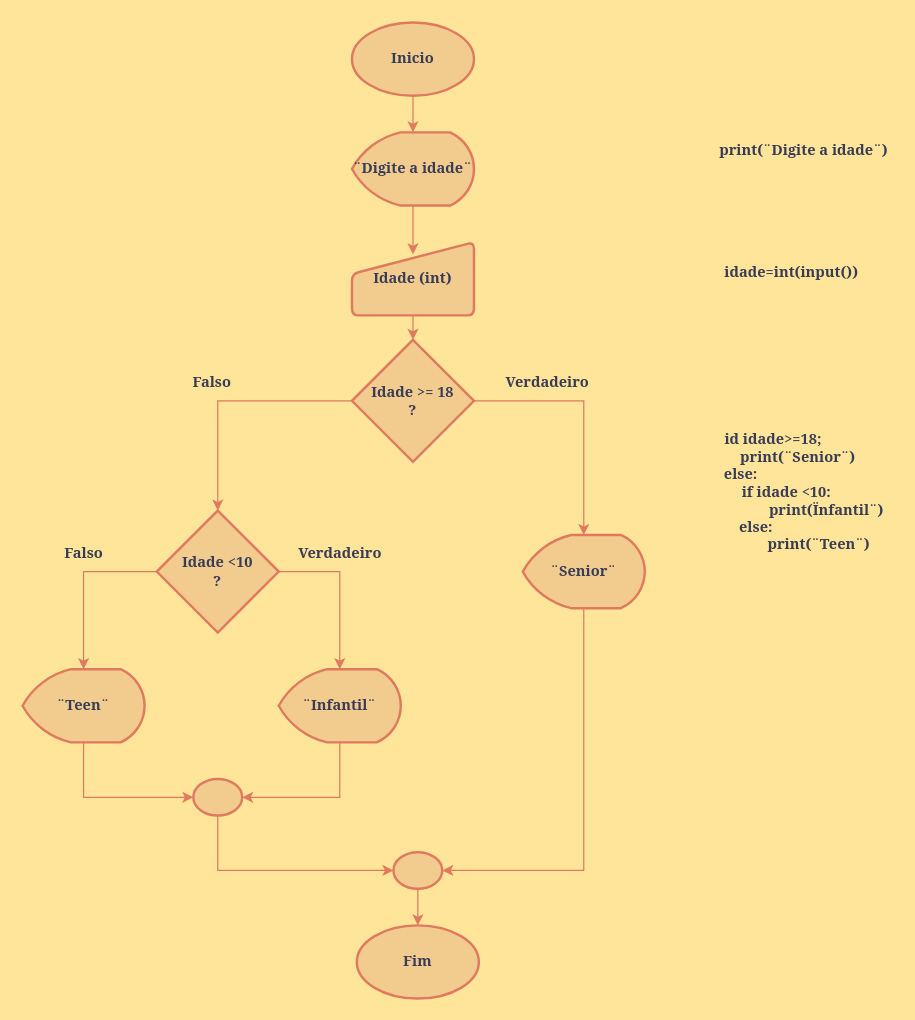
Buanasaur/Fluxogramas_FaculAtividades keeps this draw.io diagram as EstruSelecaoEncadeada.drawio. Above is the earlier version. Source tidied: cells renumbered, new cells numbered last; positions are measured from the earlier drawing's top-left corner, leaving out a move shared by most shapes. Both pictures are drawn from the tidied source at 122%, with x=0, y=0 at pixel (22, 22).
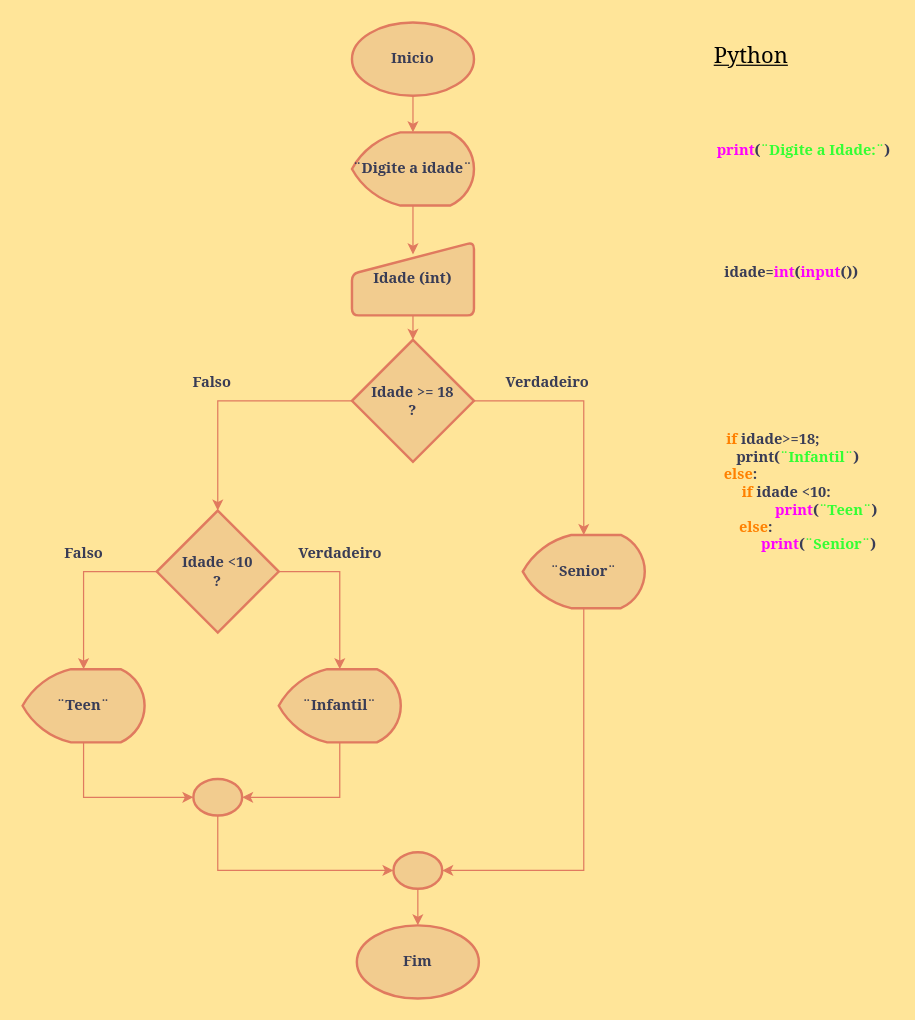
The same diagram, later.

The edit, as a diff of the source:
```diff
@@
-    <mxCell id="29" value="print(¨Digite a idade¨)" style="text;html=1;align=center;verticalAlign=middle;strokeColor=none;fillColor=none;fontFamily=Georgia;fontStyle=1;labelBackgroundColor=none;fontColor=#393C56;" parent="1" vertex="1">
-      <mxGeometry x="570" y="90" width="140" height="30" as="geometry" />
+    <mxCell id="29" value="&lt;font color=&quot;#ff00ff&quot;&gt;print&lt;/font&gt;(&lt;span style=&quot;color: rgb(51, 255, 51);&quot;&gt;¨Digite a Idade:¨&lt;/span&gt;)" style="text;html=1;align=center;verticalAlign=middle;strokeColor=none;fillColor=none;fontFamily=Georgia;fontStyle=1;labelBackgroundColor=none;fontColor=#393C56;" parent="1" vertex="1">
+      <mxGeometry x="565" y="90" width="150" height="30" as="geometry" />
     </mxCell>
-    <mxCell id="30" value="idade=int(input())" style="text;html=1;align=center;verticalAlign=middle;strokeColor=none;fillColor=none;fontFamily=Georgia;fontStyle=1;labelBackgroundColor=none;fontColor=#393C56;" parent="1" vertex="1">
+    <mxCell id="30" value="idade=&lt;font color=&quot;#ff00ff&quot;&gt;int&lt;/font&gt;(&lt;font color=&quot;#ff00ff&quot;&gt;input&lt;/font&gt;())" style="text;html=1;align=center;verticalAlign=middle;strokeColor=none;fillColor=none;fontFamily=Georgia;fontStyle=1;labelBackgroundColor=none;fontColor=#393C56;" parent="1" vertex="1">
       <mxGeometry x="570" y="190" width="120" height="30" as="geometry" />
     </mxCell>
-    <mxCell id="31" value="id idade&amp;gt;=18;&lt;div&gt;&amp;nbsp; &amp;nbsp; &amp;nbsp; &amp;nbsp; &amp;nbsp; &amp;nbsp; &amp;nbsp;print(¨Senior¨)&lt;/div&gt;&lt;div&gt;else:&amp;nbsp; &amp;nbsp; &amp;nbsp; &amp;nbsp; &amp;nbsp; &amp;nbsp; &amp;nbsp; &amp;nbsp; &amp;nbsp;&lt;br&gt;&lt;/div&gt;&lt;div&gt;&amp;nbsp; &amp;nbsp; &amp;nbsp; &amp;nbsp;if idade &amp;lt;10:&lt;/div&gt;&lt;div&gt;&amp;nbsp; &amp;nbsp; &amp;nbsp; &amp;nbsp; &amp;nbsp; &amp;nbsp; &amp;nbsp; &amp;nbsp; &amp;nbsp; &amp;nbsp; &amp;nbsp; &amp;nbsp; &amp;nbsp; &amp;nbsp; print(Ïnfantil¨)&lt;/div&gt;&lt;div&gt;else:&amp;nbsp; &amp;nbsp; &amp;nbsp; &amp;nbsp; &amp;nbsp;&lt;br&gt;&amp;nbsp; &amp;nbsp; &amp;nbsp; &amp;nbsp; &amp;nbsp; &amp;nbsp; &amp;nbsp; &amp;nbsp; &amp;nbsp; &amp;nbsp; &amp;nbsp; &amp;nbsp; print(¨Teen¨)&lt;/div&gt;" style="text;html=1;align=center;verticalAlign=middle;strokeColor=none;fillColor=none;fontFamily=Georgia;fontStyle=1;labelBackgroundColor=none;fontColor=#393C56;" parent="1" vertex="1">
-      <mxGeometry x="520" y="330" width="190" height="110" as="geometry" />
+    <mxCell id="31" value="&lt;font color=&quot;#ff8000&quot;&gt;if&lt;/font&gt; idade&amp;gt;=18;&lt;div&gt;&amp;nbsp; &amp;nbsp; &amp;nbsp; &amp;nbsp; &amp;nbsp; &amp;nbsp; &amp;nbsp;print(&lt;span style=&quot;color: rgb(51, 255, 51); background-color: initial;&quot;&gt;¨Infantil¨&lt;/span&gt;&lt;span style=&quot;background-color: initial;&quot;&gt;)&lt;/span&gt;&lt;/div&gt;&lt;div&gt;&lt;span style=&quot;background-color: initial; color: rgb(255, 128, 0);&quot;&gt;else&lt;/span&gt;&lt;span style=&quot;background-color: initial;&quot;&gt;:&amp;nbsp; &amp;nbsp; &amp;nbsp; &amp;nbsp; &amp;nbsp; &amp;nbsp; &amp;nbsp; &amp;nbsp; &amp;nbsp;&lt;/span&gt;&lt;/div&gt;&lt;div&gt;&amp;nbsp; &amp;nbsp; &amp;nbsp; &amp;nbsp;&lt;span style=&quot;color: rgb(255, 128, 0);&quot;&gt;if&lt;/span&gt;&amp;nbsp;idade &amp;lt;10:&lt;/div&gt;&lt;div&gt;&amp;nbsp; &amp;nbsp; &amp;nbsp; &amp;nbsp; &amp;nbsp; &amp;nbsp; &amp;nbsp; &amp;nbsp; &amp;nbsp; &amp;nbsp; &amp;nbsp; &amp;nbsp; &amp;nbsp; &amp;nbsp;&amp;nbsp;&lt;span style=&quot;color: rgb(255, 0, 255);&quot;&gt;print&lt;/span&gt;(&lt;span style=&quot;color: rgb(51, 255, 51);&quot;&gt;¨Teen¨&lt;/span&gt;)&lt;/div&gt;&lt;div&gt;&lt;span style=&quot;color: rgb(255, 128, 0); background-color: initial;&quot;&gt;else&lt;/span&gt;:&amp;nbsp; &amp;nbsp; &amp;nbsp; &amp;nbsp; &amp;nbsp;&lt;br&gt;&amp;nbsp; &amp;nbsp; &amp;nbsp; &amp;nbsp; &amp;nbsp; &amp;nbsp; &amp;nbsp; &amp;nbsp; &amp;nbsp; &amp;nbsp; &amp;nbsp; &amp;nbsp;&amp;nbsp;&lt;span style=&quot;color: rgb(255, 0, 255);&quot;&gt;print&lt;/span&gt;(&lt;span style=&quot;color: rgb(51, 255, 51);&quot;&gt;¨Senior¨&lt;/span&gt;)&lt;/div&gt;" style="text;html=1;align=center;verticalAlign=middle;strokeColor=none;fillColor=none;fontFamily=Georgia;fontStyle=1;labelBackgroundColor=none;fontColor=#393C56;" parent="1" vertex="1">
+      <mxGeometry x="525" y="330" width="180" height="110" as="geometry" />
     </mxCell>
+    <mxCell id="32" value="Python" style="text;whiteSpace=wrap;html=1;fontFamily=Georgia;fontSize=18;fontStyle=4;" parent="1" vertex="1">
+      <mxGeometry x="565" y="10" width="70" height="40" as="geometry" />
+    </mxCell>
```
